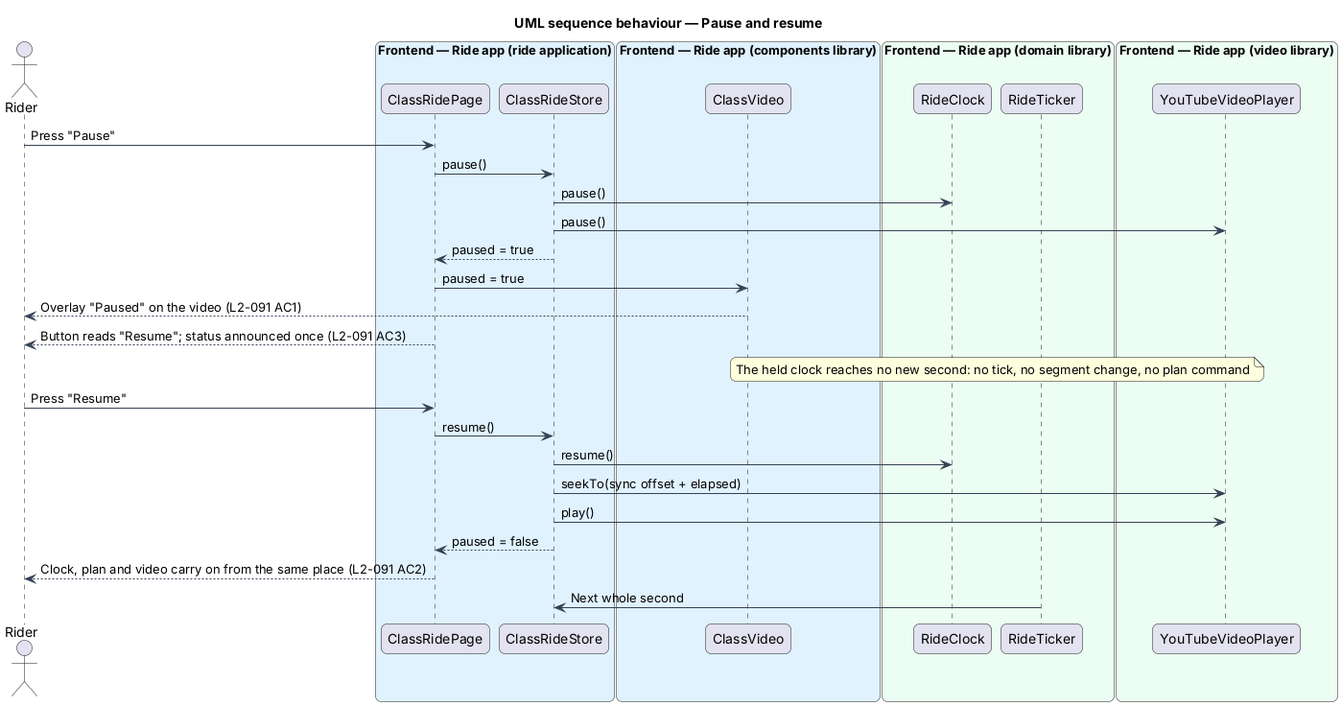
Above: docs/detailed-designs/class-ride/pause-leave-or-finish-the-class/diagrams/sequence-pause-and-resume.png in QuinntyneBrown/ride-one (PlantUML), before the change.
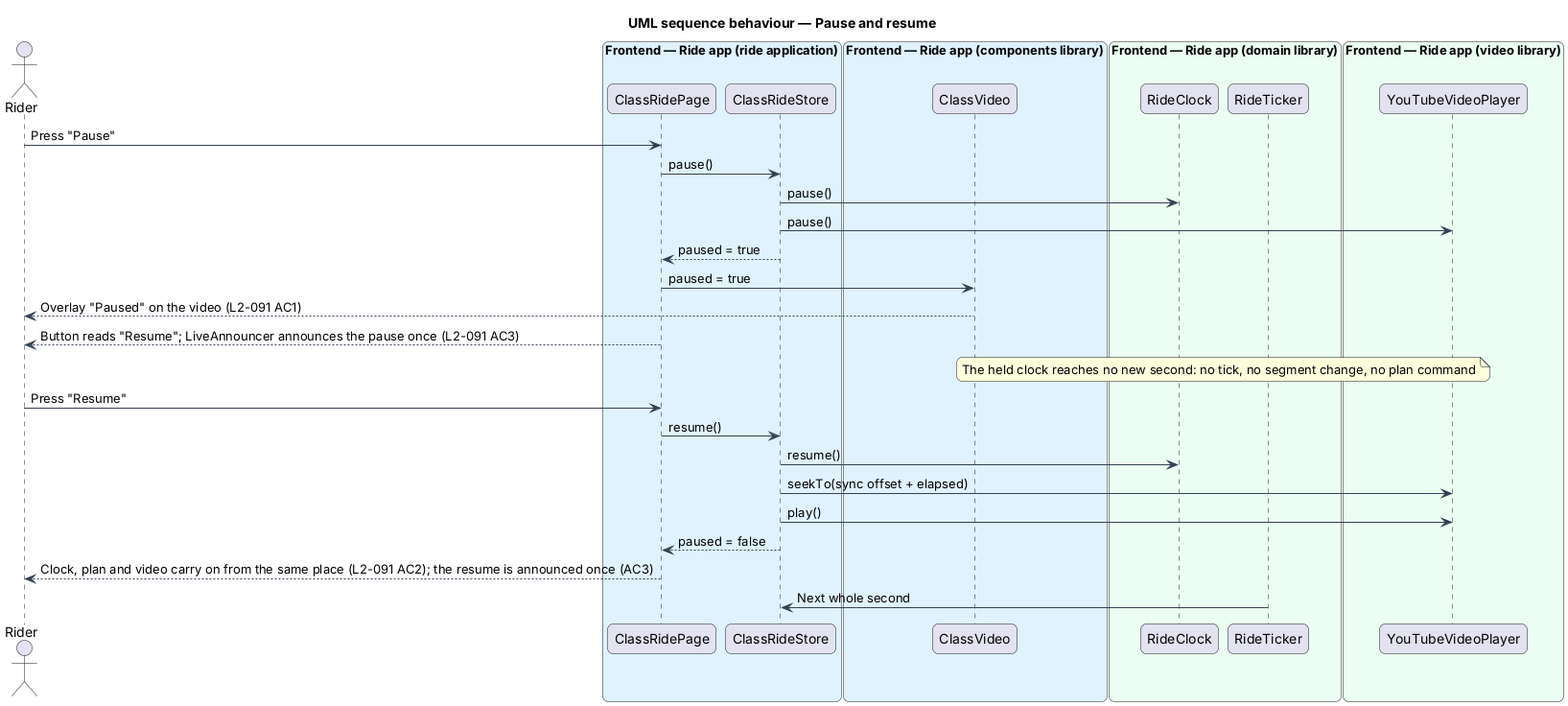
After the change.

The edit, as a diff of the source:
```diff
@@ -36,7 +36,7 @@
 store --> page : paused = true
 page -> cvideo : paused = true
 cvideo --> rider : Overlay "Paused" on the video (L2-091 AC1)
-page --> rider : Button reads "Resume"; status announced once (L2-091 AC3)
+page --> rider : Button reads "Resume"; LiveAnnouncer announces the pause once (L2-091 AC3)
 note over clock, ticker : The held clock reaches no new second: no tick, no segment change, no plan command
 rider -> page : Press "Resume"
 page -> store : resume()
@@ -44,6 +44,6 @@
 store -> player : seekTo(sync offset + elapsed)
 store -> player : play()
 store --> page : paused = false
-page --> rider : Clock, plan and video carry on from the same place (L2-091 AC2)
+page --> rider : Clock, plan and video carry on from the same place (L2-091 AC2); the resume is announced once (AC3)
 ticker -> store : Next whole second
 @enduml
```
